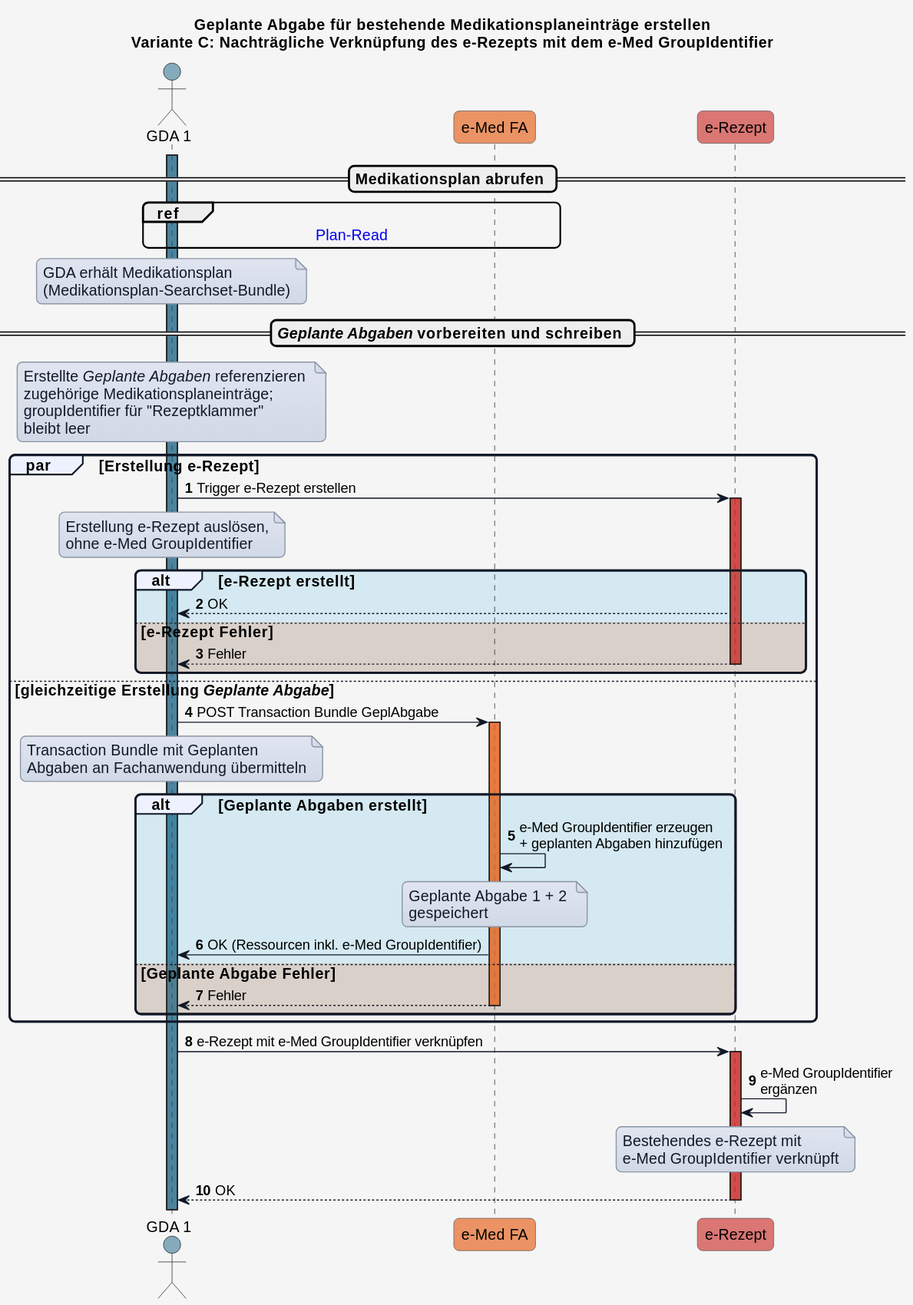
This is input/images/plantuml/UC_eMed_04_01_c.svg from HL7Austria/ELGA-e-Medikation-R4, a PlantUML export, as it was before one commit. Source of this version:
```plantuml
@startuml
title Geplante Abgabe für bestehende Medikationsplaneinträge erstellen\nVariante C: Nachträgliche Verknüpfung des e-Rezepts mit dem e-Med GroupIdentifier


skinparam borderColor #000000
skinparam backgroundColor #f5f5f5
skinparam shadowing false
skinparam roundCorner 10
skinparam defaultFontName "Arial"
skinparam defaultFontSize 14
skinparam defaultFontColor #000000
skinparam HyperlinkColor #0000EE
skinparam HyperlinkUnderline false
skinparam BoxPadding 20
skinparam BoxBorderColor #555555

skinparam note {
  BackgroundColor #e0e5f0-#d1d9e6
  BorderColor #8b95a5
  BorderThickness 1
  RoundCorner 0
  Padding 6
  FontColor #111827
  Shadowing false
}

skinparam sequence {
  ParticipantBorderColor #555555
  ParticipantBackgroundColor #ffffff
  ParticipantFontColor #000000
  ParticipantFontSize 14
  ParticipantPadding 20
  ArrowColor #111827
  ArrowThickness 1
  ArrowFontColor #000000
  ArrowFontSize 13
  GroupBorderColor #111827
  GroupBackgroundColor #eef2ff
  GroupBorderThickness 2
}

!define COLOR_GDA_1    #15608280
!define COLOR_GDA_2    #96607D80
!define COLOR_PATIENT  #196B2480
!define COLOR_APO      #0F9ED590
!define COLOR_EMED_FA  #e97232bd
!define COLOR_E_REZEPT #cd3732a9

!define COLOR_OK       #0F9ED525
!define COLOR_ERROR    #E9713235

actor GDA_1 as "GDA 1" COLOR_GDA_1

participant eMed_FA as "e-Med FA" COLOR_EMED_FA

participant e_Rezept as "e-Rezept" COLOR_E_REZEPT

autonumber

== Medikationsplan abrufen ==

activate GDA_1 COLOR_GDA_1
ref over GDA_1, eMed_FA : [[interactions.html#sequenzdiagramm-plan-read Plan-Read]]


note over GDA_1
GDA erhält Medikationsplan
(Medikationsplan-Searchset-Bundle)
end note

== <i>Geplante Abgaben</i> vorbereiten und schreiben ==

note over GDA_1
Erstellte <i>Geplante Abgaben</i> referenzieren
zugehörige Medikationsplaneinträge;
groupIdentifier für "Rezeptklammer"
bleibt leer
end note

par Erstellung e-Rezept

  GDA_1 -> e_Rezept: Trigger e-Rezept erstellen
  activate e_Rezept COLOR_E_REZEPT
  note over GDA_1
  Erstellung e-Rezept auslösen,
  ohne e-Med GroupIdentifier
  end note

  alt COLOR_OK e-Rezept erstellt
    e_Rezept --> GDA_1: OK

  else COLOR_ERROR e-Rezept Fehler
    e_Rezept --> GDA_1: Fehler
    deactivate e_Rezept
  end

else gleichzeitige Erstellung <i>Geplante Abgabe</i>

  GDA_1 -> eMed_FA: POST Transaction Bundle GeplAbgabe

  activate eMed_FA COLOR_EMED_FA
  note over GDA_1
    Transaction Bundle mit Geplanten
    Abgaben an Fachanwendung übermitteln
  end note

  alt COLOR_OK Geplante Abgaben erstellt

    eMed_FA -> eMed_FA: e-Med GroupIdentifier erzeugen\n+ geplanten Abgaben hinzufügen

    note over eMed_FA
    Geplante Abgabe 1 + 2
    gespeichert
    end note

    eMed_FA -> GDA_1: OK (Ressourcen inkl. e-Med GroupIdentifier)

  else COLOR_ERROR Geplante Abgabe Fehler
    eMed_FA --> GDA_1: Fehler
    deactivate eMed_FA

  end

end

GDA_1 -> e_Rezept: e-Rezept mit e-Med GroupIdentifier verknüpfen
  activate e_Rezept COLOR_E_REZEPT
  e_Rezept -> e_Rezept: e-Med GroupIdentifier\nergänzen
  note over e_Rezept
    Bestehendes e-Rezept mit
    e-Med GroupIdentifier verknüpft
  end note
  e_Rezept --> GDA_1: OK
  deactivate e_Rezept
@enduml
```
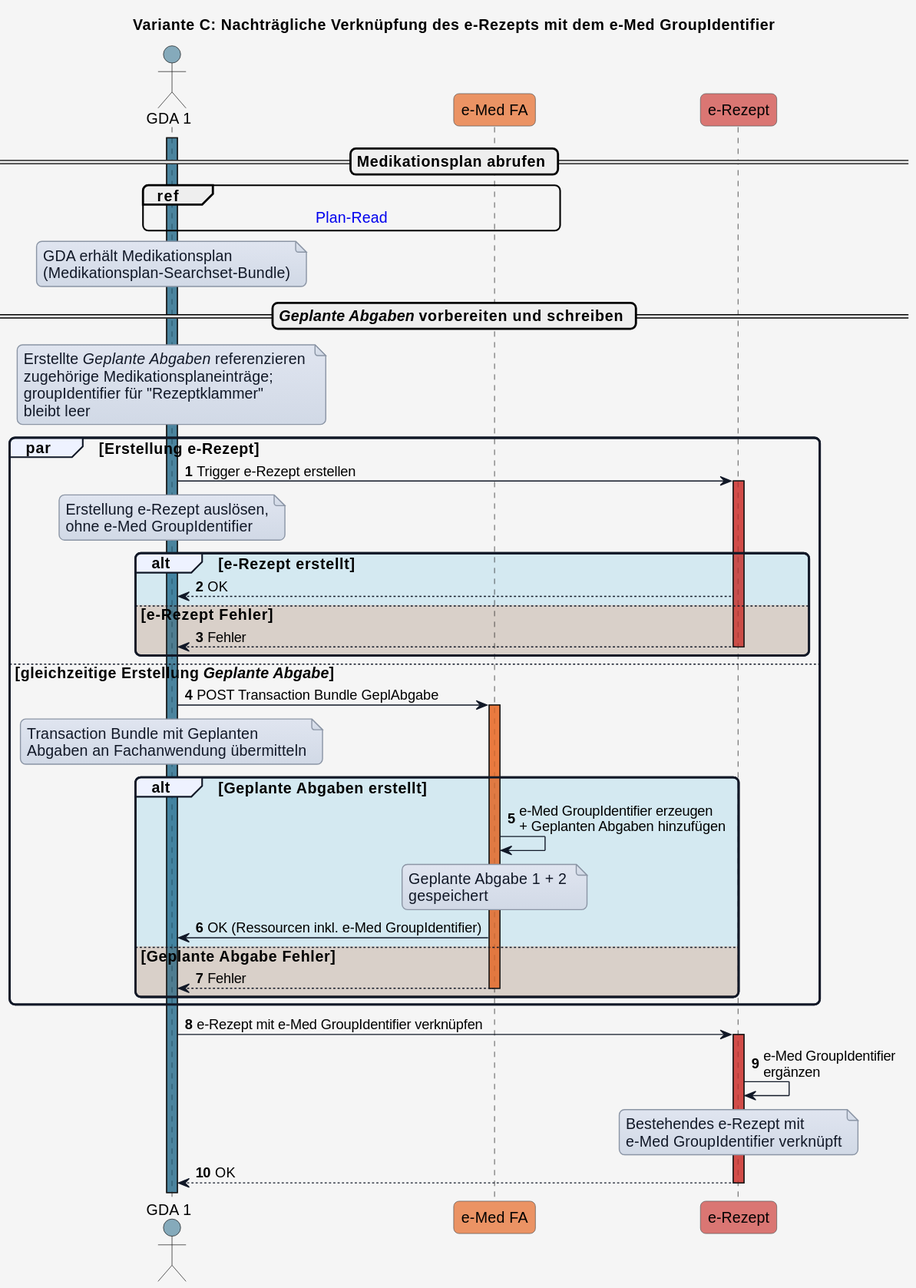
Above is the later version.

Change to the diagram source:
```diff
@@ -1,5 +1,5 @@
 @startuml
-title Geplante Abgabe für bestehende Medikationsplaneinträge erstellen\nVariante C: Nachträgliche Verknüpfung des e-Rezepts mit dem e-Med GroupIdentifier
+title Variante C: Nachträgliche Verknüpfung des e-Rezepts mit dem e-Med GroupIdentifier
 
 
 skinparam borderColor #000000
@@ -106,7 +106,7 @@
 
   alt COLOR_OK Geplante Abgaben erstellt
 
-    eMed_FA -> eMed_FA: e-Med GroupIdentifier erzeugen\n+ geplanten Abgaben hinzufügen
+    eMed_FA -> eMed_FA: e-Med GroupIdentifier erzeugen\n+ Geplanten Abgaben hinzufügen
 
     note over eMed_FA
     Geplante Abgabe 1 + 2
```
